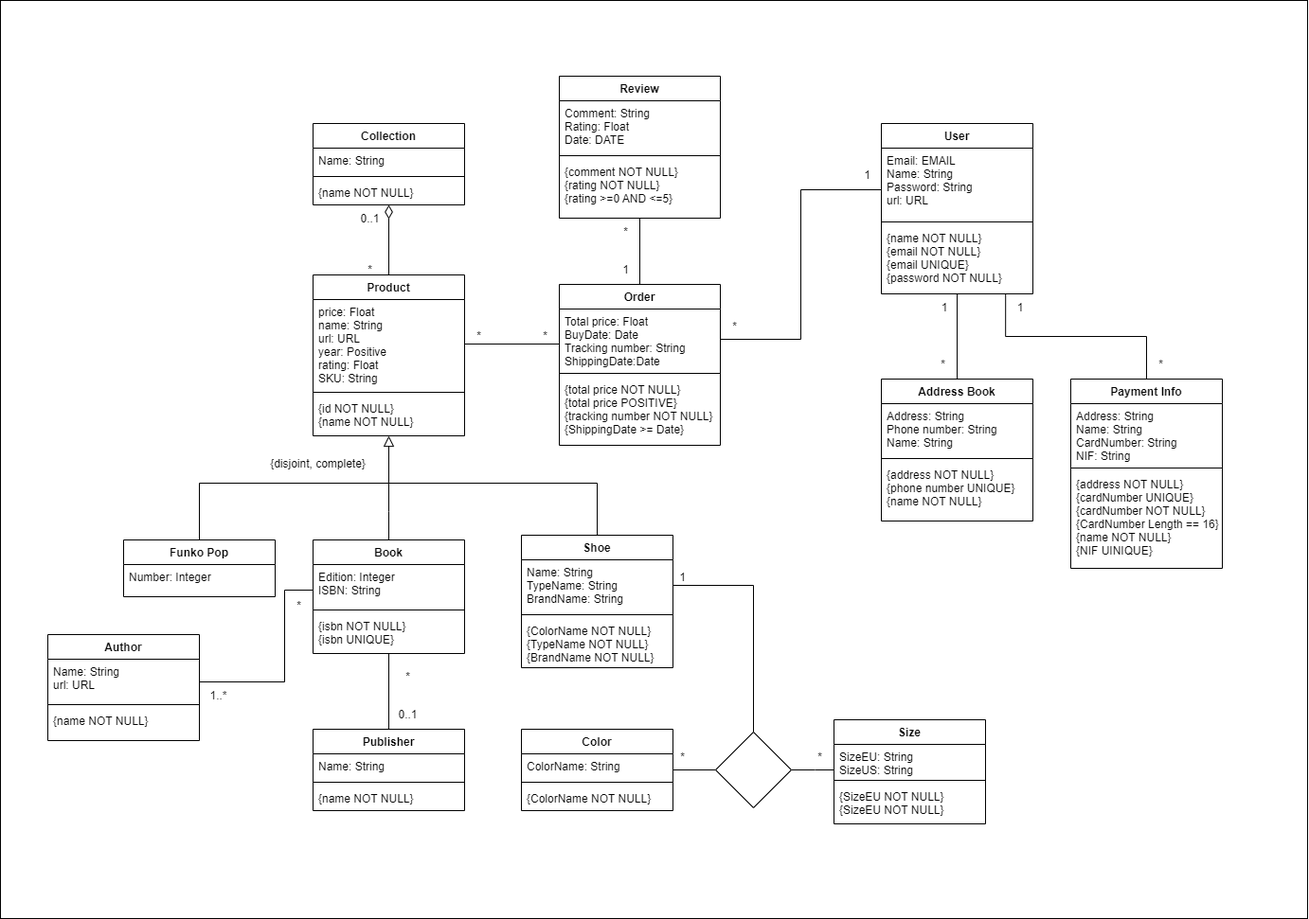
Earlier version of the draw.io export Docs/conceptualDiagram.png (ICWeiner/FEUP-LBAW). Source tidied: cells renumbered, new cells last; positions are measured from the earlier drawing's top-left corner, leaving out a move shared by most shapes.
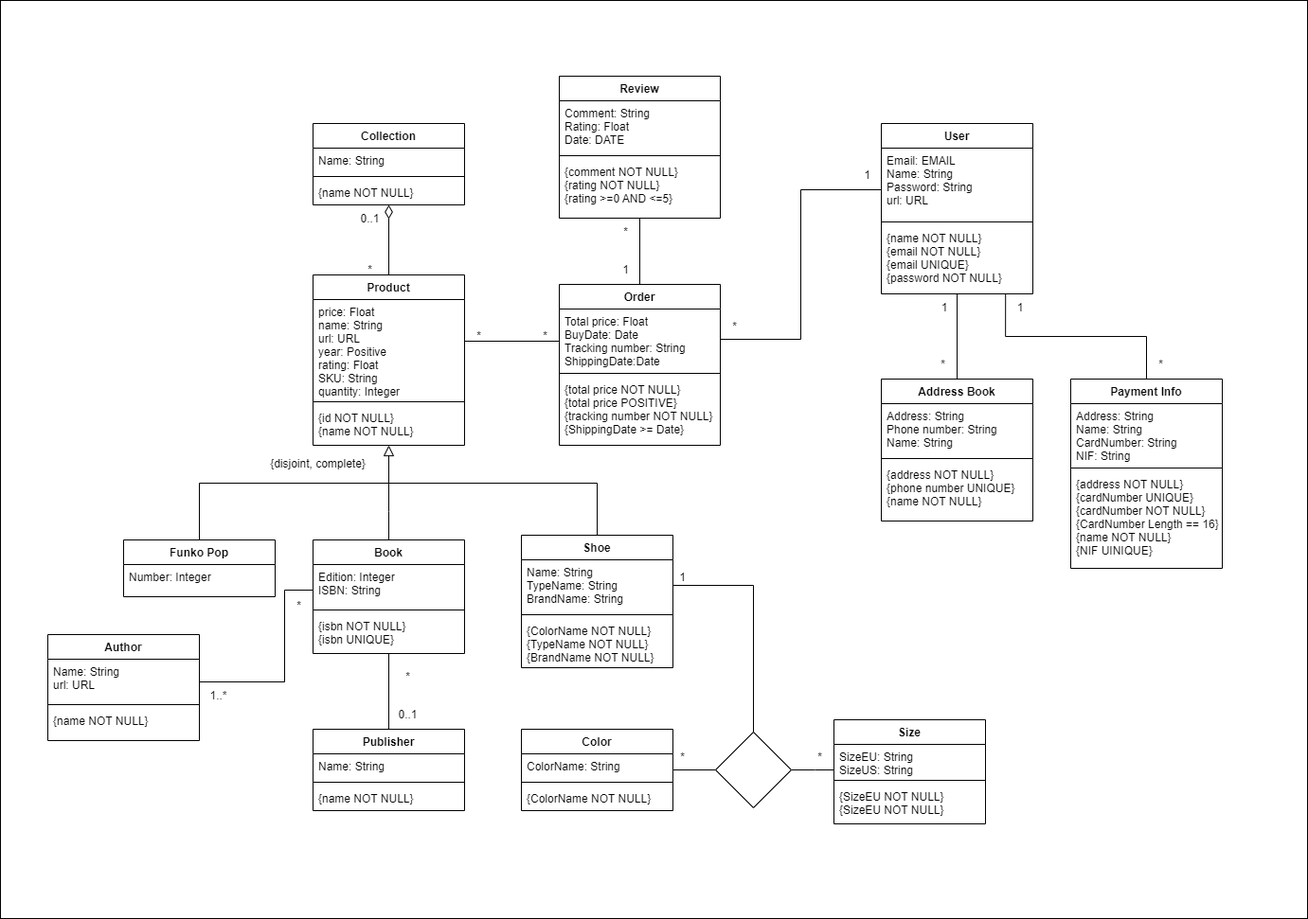
After the change.

The edit, as a diff of the source:
```diff
@@ -9,16 +9,16 @@
       <mxGeometry relative="1" as="geometry" />
     </mxCell>
     <mxCell id="4" value="Product" style="swimlane;fontStyle=1;align=center;verticalAlign=top;horizontal=1;startSize=26;" parent="1" vertex="1">
-      <mxGeometry x="330" y="290" width="160" height="170" as="geometry" />
+      <mxGeometry x="330" y="290" width="160" height="180" as="geometry" />
     </mxCell>
-    <mxCell id="5" value="price: Float&#10;name: String&#10;url: URL&#10;year: Positive&#10;rating: Float&#10;SKU: String&#10;&#10;" style="text;strokeColor=none;fillColor=none;align=left;verticalAlign=top;spacingLeft=4;spacingRight=4;overflow=hidden;points=[[0,0.5],[1,0.5]];portConstraint=eastwest;" parent="4" vertex="1">
-      <mxGeometry y="26" width="160" height="94" as="geometry" />
+    <mxCell id="5" value="price: Float&#10;name: String&#10;url: URL&#10;year: Positive&#10;rating: Float&#10;SKU: String&#10;quantity: Integer&#10;" style="text;strokeColor=none;fillColor=none;align=left;verticalAlign=top;spacingLeft=4;spacingRight=4;overflow=hidden;points=[[0,0.5],[1,0.5]];portConstraint=eastwest;" parent="4" vertex="1">
+      <mxGeometry y="26" width="160" height="104" as="geometry" />
     </mxCell>
     <mxCell id="6" style="line;strokeWidth=1;fillColor=none;align=left;verticalAlign=middle;spacingTop=-1;spacingLeft=3;spacingRight=3;labelPosition=right;strokeColor=inherit;" parent="4" vertex="1">
-      <mxGeometry y="120" width="160" height="8" as="geometry" />
+      <mxGeometry y="130" width="160" height="8" as="geometry" />
     </mxCell>
     <mxCell id="7" value="{id NOT NULL}&#10;{name NOT NULL}&#10;" style="text;strokeColor=none;fillColor=none;align=left;verticalAlign=top;spacingLeft=4;spacingRight=4;overflow=hidden;points=[[0,0.5],[1,0.5]];portConstraint=eastwest;" parent="4" vertex="1">
-      <mxGeometry y="128" width="160" height="42" as="geometry" />
+      <mxGeometry y="138" width="160" height="42" as="geometry" />
     </mxCell>
     <mxCell id="8" style="edgeStyle=orthogonalEdgeStyle;rounded=0;jettySize=auto;html=1;entryX=0.5;entryY=1;entryDx=0;entryDy=0;entryPerimeter=0;endArrow=block;endFill=0;endSize=9;" parent="1" edge="1" source="9" target="7">
       <mxGeometry relative="1" as="geometry">
@@ -172,7 +172,12 @@
       <mxGeometry y="98" width="170" height="72" as="geometry" />
     </mxCell>
     <mxCell id="53" style="edgeStyle=orthogonalEdgeStyle;rounded=0;jettySize=auto;html=1;entryX=0;entryY=0.578;entryDx=0;entryDy=0;entryPerimeter=0;strokeWidth=1;endArrow=none;endFill=0;endSize=12;targetPerimeterSpacing=0;" parent="1" edge="1" source="5" target="50">
-      <mxGeometry relative="1" as="geometry" />
+      <mxGeometry relative="1" as="geometry">
+        <Array as="points">
+          <mxPoint x="490" y="360" />
+          <mxPoint x="490" y="360" />
+        </Array>
+      </mxGeometry>
     </mxCell>
     <mxCell id="54" value="*" style="text;html=1;align=center;verticalAlign=middle;strokeColor=none;fillColor=none;" parent="1" vertex="1">
       <mxGeometry x="490" y="340" width="30" height="30" as="geometry" />
```
